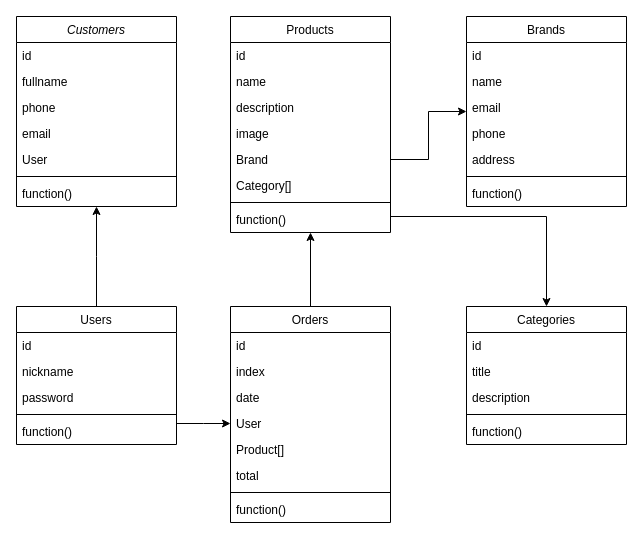
d3w3r/nestjs keeps this draw.io diagram as diagram.drawio. Above is the earlier version. Source tidied: cells renumbered, new cells numbered last; positions are measured from the earlier drawing's top-left corner, leaving out a move shared by most shapes. Both pictures are drawn from the tidied source at 100%, with x=0, y=0 at pixel (16, 16).
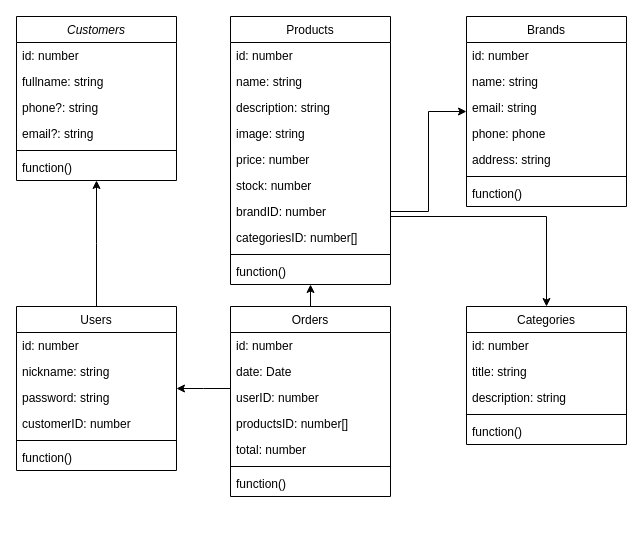
The same diagram, later.

Unchanged cells that the change refers to:
```xml
<mxCell id="35" value="Categories" style="swimlane;fontStyle=0;align=center;verticalAlign=top;horizontal=1;startSize=26;rounded=0;shadow=0;strokeWidth=1;" parent="1" vertex="1">
  <mxGeometry x="450" y="290" width="160" height="138" as="geometry" />
</mxCell>
<mxCell id="41" value="Brands" style="swimlane;fontStyle=0;align=center;verticalAlign=top;horizontal=1;startSize=26;rounded=0;shadow=0;strokeWidth=1;" parent="1" vertex="1">
  <mxGeometry x="450" width="160" height="190" as="geometry" />
</mxCell>
```

Diff of the diagram source:
```diff
@@
     <mxCell id="2" value="Customers" style="swimlane;fontStyle=2;align=center;verticalAlign=top;horizontal=1;startSize=26;rounded=0;shadow=0;strokeWidth=1;" parent="1" vertex="1">
-      <mxGeometry width="160" height="190" as="geometry" />
+      <mxGeometry width="160" height="164" as="geometry" />
     </mxCell>
-    <mxCell id="3" value="id" style="text;align=left;verticalAlign=top;spacingLeft=4;spacingRight=4;overflow=hidden;" parent="2" vertex="1">
+    <mxCell id="3" value="id: number" style="text;align=left;verticalAlign=top;spacingLeft=4;spacingRight=4;overflow=hidden;" parent="2" vertex="1">
       <mxGeometry y="26" width="160" height="26" as="geometry" />
     </mxCell>
-    <mxCell id="4" value="fullname" style="text;align=left;verticalAlign=top;spacingLeft=4;spacingRight=4;overflow=hidden;rounded=0;shadow=0;html=0;" parent="2" vertex="1">
+    <mxCell id="4" value="fullname: string" style="text;align=left;verticalAlign=top;spacingLeft=4;spacingRight=4;overflow=hidden;rounded=0;shadow=0;html=0;" parent="2" vertex="1">
       <mxGeometry y="52" width="160" height="26" as="geometry" />
     </mxCell>
-    <mxCell id="5" value="phone" style="text;align=left;verticalAlign=top;spacingLeft=4;spacingRight=4;overflow=hidden;rounded=0;shadow=0;html=0;" parent="2" vertex="1">
+    <mxCell id="5" value="phone?: string" style="text;align=left;verticalAlign=top;spacingLeft=4;spacingRight=4;overflow=hidden;rounded=0;shadow=0;html=0;" parent="2" vertex="1">
       <mxGeometry y="78" width="160" height="26" as="geometry" />
     </mxCell>
-    <mxCell id="6" value="email" style="text;align=left;verticalAlign=top;spacingLeft=4;spacingRight=4;overflow=hidden;rounded=0;shadow=0;html=0;" parent="2" vertex="1">
+    <mxCell id="6" value="email?: string" style="text;align=left;verticalAlign=top;spacingLeft=4;spacingRight=4;overflow=hidden;rounded=0;shadow=0;html=0;" parent="2" vertex="1">
       <mxGeometry y="104" width="160" height="26" as="geometry" />
     </mxCell>
-    <mxCell id="7" value="User" style="text;align=left;verticalAlign=top;spacingLeft=4;spacingRight=4;overflow=hidden;rounded=0;shadow=0;html=0;" parent="2" vertex="1">
-      <mxGeometry y="130" width="160" height="26" as="geometry" />
-    </mxCell>
     <mxCell id="8" style="line;html=1;strokeWidth=1;align=left;verticalAlign=middle;spacingTop=-1;spacingLeft=3;spacingRight=3;labelPosition=right;" parent="2" vertex="1">
-      <mxGeometry y="156" width="160" height="8" as="geometry" />
+      <mxGeometry y="130" width="160" height="8" as="geometry" />
     </mxCell>
     <mxCell id="9" value="function()" style="text;align=left;verticalAlign=top;spacingLeft=4;spacingRight=4;overflow=hidden;" parent="2" vertex="1">
-      <mxGeometry y="164" width="160" height="26" as="geometry" />
+      <mxGeometry y="138" width="160" height="26" as="geometry" />
     </mxCell>
     <mxCell id="10" value="Users" style="swimlane;fontStyle=0;align=center;verticalAlign=top;horizontal=1;startSize=26;rounded=0;shadow=0;strokeWidth=1;" parent="1" vertex="1">
-      <mxGeometry y="290" width="160" height="138" as="geometry" />
+      <mxGeometry y="290" width="160" height="164" as="geometry" />
     </mxCell>
-    <mxCell id="11" value="id" style="text;align=left;verticalAlign=top;spacingLeft=4;spacingRight=4;overflow=hidden;" parent="10" vertex="1">
+    <mxCell id="11" value="id: number" style="text;align=left;verticalAlign=top;spacingLeft=4;spacingRight=4;overflow=hidden;" parent="10" vertex="1">
       <mxGeometry y="26" width="160" height="26" as="geometry" />
     </mxCell>
-    <mxCell id="12" value="nickname" style="text;align=left;verticalAlign=top;spacingLeft=4;spacingRight=4;overflow=hidden;rounded=0;shadow=0;html=0;" parent="10" vertex="1">
+    <mxCell id="12" value="nickname: string" style="text;align=left;verticalAlign=top;spacingLeft=4;spacingRight=4;overflow=hidden;rounded=0;shadow=0;html=0;" parent="10" vertex="1">
       <mxGeometry y="52" width="160" height="26" as="geometry" />
     </mxCell>
-    <mxCell id="13" value="password" style="text;align=left;verticalAlign=top;spacingLeft=4;spacingRight=4;overflow=hidden;rounded=0;shadow=0;html=0;" parent="10" vertex="1">
+    <mxCell id="13" value="password: string" style="text;align=left;verticalAlign=top;spacingLeft=4;spacingRight=4;overflow=hidden;rounded=0;shadow=0;html=0;" parent="10" vertex="1">
       <mxGeometry y="78" width="160" height="26" as="geometry" />
     </mxCell>
+    <mxCell id="53" value="customerID: number" style="text;align=left;verticalAlign=top;spacingLeft=4;spacingRight=4;overflow=hidden;rounded=0;shadow=0;html=0;" parent="10" vertex="1">
+      <mxGeometry y="104" width="160" height="26" as="geometry" />
+    </mxCell>
     <mxCell id="14" style="line;html=1;strokeWidth=1;align=left;verticalAlign=middle;spacingTop=-1;spacingLeft=3;spacingRight=3;labelPosition=right;" parent="10" vertex="1">
-      <mxGeometry y="104" width="160" height="8" as="geometry" />
+      <mxGeometry y="130" width="160" height="8" as="geometry" />
     </mxCell>
     <mxCell id="15" value="function()" style="text;align=left;verticalAlign=top;spacingLeft=4;spacingRight=4;overflow=hidden;" parent="10" vertex="1">
-      <mxGeometry y="112" width="160" height="26" as="geometry" />
+      <mxGeometry y="138" width="160" height="26" as="geometry" />
     </mxCell>
@@
     <mxCell id="17" value="Orders" style="swimlane;fontStyle=0;align=center;verticalAlign=top;horizontal=1;startSize=26;rounded=0;shadow=0;strokeWidth=1;" parent="1" vertex="1">
-      <mxGeometry x="214" y="290" width="160" height="216" as="geometry" />
+      <mxGeometry x="214" y="290" width="160" height="190" as="geometry" />
     </mxCell>
-    <mxCell id="18" value="id" style="text;align=left;verticalAlign=top;spacingLeft=4;spacingRight=4;overflow=hidden;" parent="17" vertex="1">
+    <mxCell id="18" value="id: number" style="text;align=left;verticalAlign=top;spacingLeft=4;spacingRight=4;overflow=hidden;" parent="17" vertex="1">
       <mxGeometry y="26" width="160" height="26" as="geometry" />
     </mxCell>
-    <mxCell id="19" value="index" style="text;align=left;verticalAlign=top;spacingLeft=4;spacingRight=4;overflow=hidden;" parent="17" vertex="1">
-      <mxGeometry y="52" width="160" height="26" as="geometry" />
-    </mxCell>
-    <mxCell id="20" value="date" style="text;align=left;verticalAlign=top;spacingLeft=4;spacingRight=4;overflow=hidden;" parent="17" vertex="1">
-      <mxGeometry y="78" width="160" height="26" as="geometry" />
+    <mxCell id="20" value="date: Date" style="text;align=left;verticalAlign=top;spacingLeft=4;spacingRight=4;overflow=hidden;" parent="17" vertex="1">
+      <mxGeometry y="52" width="160" height="26" as="geometry" />
     </mxCell>
-    <mxCell id="21" value="User" style="text;align=left;verticalAlign=top;spacingLeft=4;spacingRight=4;overflow=hidden;points=[[0,0.5],[1,0.5]];portConstraint=eastwest;" parent="17" vertex="1">
-      <mxGeometry y="104" width="160" height="26" as="geometry" />
+    <mxCell id="21" value="userID: number" style="text;align=left;verticalAlign=top;spacingLeft=4;spacingRight=4;overflow=hidden;points=[[0,0.5],[1,0.5]];portConstraint=eastwest;" parent="17" vertex="1">
+      <mxGeometry y="78" width="160" height="26" as="geometry" />
     </mxCell>
-    <mxCell id="22" value="Product[]" style="text;align=left;verticalAlign=top;spacingLeft=4;spacingRight=4;overflow=hidden;" parent="17" vertex="1">
-      <mxGeometry y="130" width="160" height="26" as="geometry" />
+    <mxCell id="22" value="productsID: number[]" style="text;align=left;verticalAlign=top;spacingLeft=4;spacingRight=4;overflow=hidden;" parent="17" vertex="1">
+      <mxGeometry y="104" width="160" height="26" as="geometry" />
     </mxCell>
-    <mxCell id="23" value="total" style="text;align=left;verticalAlign=top;spacingLeft=4;spacingRight=4;overflow=hidden;" parent="17" vertex="1">
-      <mxGeometry y="156" width="160" height="26" as="geometry" />
+    <mxCell id="23" value="total: number" style="text;align=left;verticalAlign=top;spacingLeft=4;spacingRight=4;overflow=hidden;" parent="17" vertex="1">
+      <mxGeometry y="130" width="160" height="26" as="geometry" />
     </mxCell>
     <mxCell id="24" style="line;html=1;strokeWidth=1;align=left;verticalAlign=middle;spacingTop=-1;spacingLeft=3;spacingRight=3;labelPosition=right;" parent="17" vertex="1">
-      <mxGeometry y="182" width="160" height="8" as="geometry" />
+      <mxGeometry y="156" width="160" height="8" as="geometry" />
     </mxCell>
     <mxCell id="25" value="function()" style="text;align=left;verticalAlign=top;spacingLeft=4;spacingRight=4;overflow=hidden;" parent="17" vertex="1">
-      <mxGeometry y="190" width="160" height="26" as="geometry" />
+      <mxGeometry y="164" width="160" height="26" as="geometry" />
     </mxCell>
     <mxCell id="26" value="Products" style="swimlane;fontStyle=0;align=center;verticalAlign=top;horizontal=1;startSize=26;rounded=0;shadow=0;strokeWidth=1;" parent="1" vertex="1">
-      <mxGeometry x="214" width="160" height="216" as="geometry" />
+      <mxGeometry x="214" width="160" height="268" as="geometry" />
     </mxCell>
-    <mxCell id="27" value="id" style="text;align=left;verticalAlign=top;spacingLeft=4;spacingRight=4;overflow=hidden;" parent="26" vertex="1">
+    <mxCell id="27" value="id: number" style="text;align=left;verticalAlign=top;spacingLeft=4;spacingRight=4;overflow=hidden;" parent="26" vertex="1">
       <mxGeometry y="26" width="160" height="26" as="geometry" />
     </mxCell>
-    <mxCell id="28" value="name" style="text;align=left;verticalAlign=top;spacingLeft=4;spacingRight=4;overflow=hidden;rounded=0;shadow=0;html=0;" parent="26" vertex="1">
+    <mxCell id="28" value="name: string" style="text;align=left;verticalAlign=top;spacingLeft=4;spacingRight=4;overflow=hidden;rounded=0;shadow=0;html=0;" parent="26" vertex="1">
       <mxGeometry y="52" width="160" height="26" as="geometry" />
     </mxCell>
-    <mxCell id="29" value="description" style="text;align=left;verticalAlign=top;spacingLeft=4;spacingRight=4;overflow=hidden;rounded=0;shadow=0;html=0;" parent="26" vertex="1">
+    <mxCell id="29" value="description: string" style="text;align=left;verticalAlign=top;spacingLeft=4;spacingRight=4;overflow=hidden;rounded=0;shadow=0;html=0;" parent="26" vertex="1">
       <mxGeometry y="78" width="160" height="26" as="geometry" />
     </mxCell>
-    <mxCell id="30" value="image" style="text;align=left;verticalAlign=top;spacingLeft=4;spacingRight=4;overflow=hidden;rounded=0;shadow=0;html=0;" parent="26" vertex="1">
+    <mxCell id="30" value="image: string" style="text;align=left;verticalAlign=top;spacingLeft=4;spacingRight=4;overflow=hidden;rounded=0;shadow=0;html=0;" parent="26" vertex="1">
       <mxGeometry y="104" width="160" height="26" as="geometry" />
     </mxCell>
+    <mxCell id="54" value="price: number" style="text;align=left;verticalAlign=top;spacingLeft=4;spacingRight=4;overflow=hidden;rounded=0;shadow=0;html=0;" parent="26" vertex="1">
+      <mxGeometry y="130" width="160" height="26" as="geometry" />
+    </mxCell>
+    <mxCell id="55" value="stock: number" style="text;align=left;verticalAlign=top;spacingLeft=4;spacingRight=4;overflow=hidden;rounded=0;shadow=0;html=0;" parent="26" vertex="1">
+      <mxGeometry y="156" width="160" height="26" as="geometry" />
+    </mxCell>
-    <mxCell id="31" value="Brand" style="text;align=left;verticalAlign=top;spacingLeft=4;spacingRight=4;overflow=hidden;points=[[0,0.5],[1,0.5]];portConstraint=eastwest;rounded=0;shadow=0;html=0;" parent="26" vertex="1">
-      <mxGeometry y="130" width="160" height="26" as="geometry" />
+    <mxCell id="31" value="brandID: number" style="text;align=left;verticalAlign=top;spacingLeft=4;spacingRight=4;overflow=hidden;points=[[0,0.5],[1,0.5]];portConstraint=eastwest;rounded=0;shadow=0;html=0;" parent="26" vertex="1">
+      <mxGeometry y="182" width="160" height="26" as="geometry" />
     </mxCell>
-    <mxCell id="32" value="Category[]" style="text;align=left;verticalAlign=top;spacingLeft=4;spacingRight=4;overflow=hidden;rounded=0;shadow=0;html=0;" parent="26" vertex="1">
-      <mxGeometry y="156" width="160" height="26" as="geometry" />
+    <mxCell id="32" value="categoriesID: number[]" style="text;align=left;verticalAlign=top;spacingLeft=4;spacingRight=4;overflow=hidden;rounded=0;shadow=0;html=0;" parent="26" vertex="1">
+      <mxGeometry y="208" width="160" height="26" as="geometry" />
     </mxCell>
     <mxCell id="33" style="line;html=1;strokeWidth=1;align=left;verticalAlign=middle;spacingTop=-1;spacingLeft=3;spacingRight=3;labelPosition=right;" parent="26" vertex="1">
-      <mxGeometry y="182" width="160" height="8" as="geometry" />
+      <mxGeometry y="234" width="160" height="8" as="geometry" />
     </mxCell>
     <mxCell id="34" value="function()" style="text;align=left;verticalAlign=top;spacingLeft=4;spacingRight=4;overflow=hidden;" parent="26" vertex="1">
-      <mxGeometry y="190" width="160" height="26" as="geometry" />
+      <mxGeometry y="242" width="160" height="26" as="geometry" />
     </mxCell>
@@
-    <mxCell id="36" value="id" style="text;align=left;verticalAlign=top;spacingLeft=4;spacingRight=4;overflow=hidden;" parent="35" vertex="1">
+    <mxCell id="36" value="id: number" style="text;align=left;verticalAlign=top;spacingLeft=4;spacingRight=4;overflow=hidden;" parent="35" vertex="1">
       <mxGeometry y="26" width="160" height="26" as="geometry" />
     </mxCell>
-    <mxCell id="37" value="title" style="text;align=left;verticalAlign=top;spacingLeft=4;spacingRight=4;overflow=hidden;rounded=0;shadow=0;html=0;" parent="35" vertex="1">
+    <mxCell id="37" value="title: string" style="text;align=left;verticalAlign=top;spacingLeft=4;spacingRight=4;overflow=hidden;rounded=0;shadow=0;html=0;" parent="35" vertex="1">
       <mxGeometry y="52" width="160" height="26" as="geometry" />
     </mxCell>
-    <mxCell id="38" value="description" style="text;align=left;verticalAlign=top;spacingLeft=4;spacingRight=4;overflow=hidden;rounded=0;shadow=0;html=0;" parent="35" vertex="1">
+    <mxCell id="38" value="description: string" style="text;align=left;verticalAlign=top;spacingLeft=4;spacingRight=4;overflow=hidden;rounded=0;shadow=0;html=0;" parent="35" vertex="1">
       <mxGeometry y="78" width="160" height="26" as="geometry" />
     </mxCell>
@@
-    <mxCell id="42" value="id" style="text;align=left;verticalAlign=top;spacingLeft=4;spacingRight=4;overflow=hidden;" parent="41" vertex="1">
+    <mxCell id="42" value="id: number" style="text;align=left;verticalAlign=top;spacingLeft=4;spacingRight=4;overflow=hidden;" parent="41" vertex="1">
       <mxGeometry y="26" width="160" height="26" as="geometry" />
     </mxCell>
-    <mxCell id="43" value="name" style="text;align=left;verticalAlign=top;spacingLeft=4;spacingRight=4;overflow=hidden;rounded=0;shadow=0;html=0;" parent="41" vertex="1">
+    <mxCell id="43" value="name: string" style="text;align=left;verticalAlign=top;spacingLeft=4;spacingRight=4;overflow=hidden;rounded=0;shadow=0;html=0;" parent="41" vertex="1">
       <mxGeometry y="52" width="160" height="26" as="geometry" />
     </mxCell>
-    <mxCell id="44" value="email" style="text;align=left;verticalAlign=top;spacingLeft=4;spacingRight=4;overflow=hidden;rounded=0;shadow=0;html=0;" parent="41" vertex="1">
+    <mxCell id="44" value="email: string" style="text;align=left;verticalAlign=top;spacingLeft=4;spacingRight=4;overflow=hidden;rounded=0;shadow=0;html=0;" parent="41" vertex="1">
       <mxGeometry y="78" width="160" height="26" as="geometry" />
     </mxCell>
-    <mxCell id="45" value="phone" style="text;align=left;verticalAlign=top;spacingLeft=4;spacingRight=4;overflow=hidden;rounded=0;shadow=0;html=0;" parent="41" vertex="1">
+    <mxCell id="45" value="phone: phone" style="text;align=left;verticalAlign=top;spacingLeft=4;spacingRight=4;overflow=hidden;rounded=0;shadow=0;html=0;" parent="41" vertex="1">
       <mxGeometry y="104" width="160" height="26" as="geometry" />
     </mxCell>
-    <mxCell id="46" value="address" style="text;align=left;verticalAlign=top;spacingLeft=4;spacingRight=4;overflow=hidden;rounded=0;shadow=0;html=0;" parent="41" vertex="1">
+    <mxCell id="46" value="address: string" style="text;align=left;verticalAlign=top;spacingLeft=4;spacingRight=4;overflow=hidden;rounded=0;shadow=0;html=0;" parent="41" vertex="1">
       <mxGeometry y="130" width="160" height="26" as="geometry" />
     </mxCell>
@@
-    <mxCell id="49" style="endArrow=classic;endSize=6;endFill=1;shadow=0;strokeWidth=1;rounded=0;edgeStyle=elbowEdgeStyle;elbow=vertical;entryX=0;entryY=0.5;entryDx=0;entryDy=0;" parent="1" edge="1" source="10" target="21">
+    <mxCell id="49" style="endArrow=classic;endSize=6;endFill=1;shadow=0;strokeWidth=1;rounded=0;edgeStyle=elbowEdgeStyle;elbow=vertical;" parent="1" edge="1" source="17" target="10">
       <mxGeometry relative="1" as="geometry" />
     </mxCell>
```
